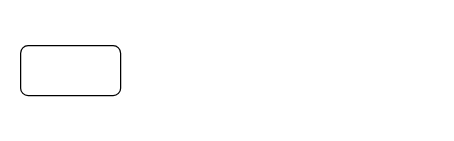
Earlier version of the draw.io diagram page "Page-1" (1 of 2) of demo/Untitled Diagram.drawio (weihuohuayi/draw.io). Source tidied: cells renumbered, new cells numbered last; positions are measured from the earlier drawing's top-left corner, leaving out a move shared by most shapes. Both pictures are drawn from the tidied source at 125%, with x=0, y=0 at pixel (20, 45).
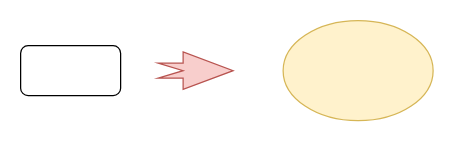
The same page after the edit.

Diff of the diagram source:
```diff
@@
 <mxGraphModel>
   <root>
     <mxCell id="0" />
     <mxCell id="1" parent="0" />
     <mxCell id="2" style="rounded=1;whiteSpace=wrap;html=1;" parent="1" vertex="1">
       <mxGeometry width="80" height="40" as="geometry" />
     </mxCell>
+    <mxCell id="3" style="ellipse;whiteSpace=wrap;html=1;fillColor=#fff2cc;strokeColor=#d6b656;" parent="1" vertex="1">
+      <mxGeometry x="210" y="-20" width="120" height="80" as="geometry" />
+    </mxCell>
+    <mxCell id="4" style="html=1;shadow=0;dashed=0;align=center;verticalAlign=middle;shape=mxgraph.arrows2.arrow;dy=0.6;dx=40;notch=20;fillColor=#f8cecc;strokeColor=#b85450;" parent="1" vertex="1">
+      <mxGeometry x="110" y="5" width="60" height="30" as="geometry" />
+    </mxCell>
   </root>
 </mxGraphModel>
```
